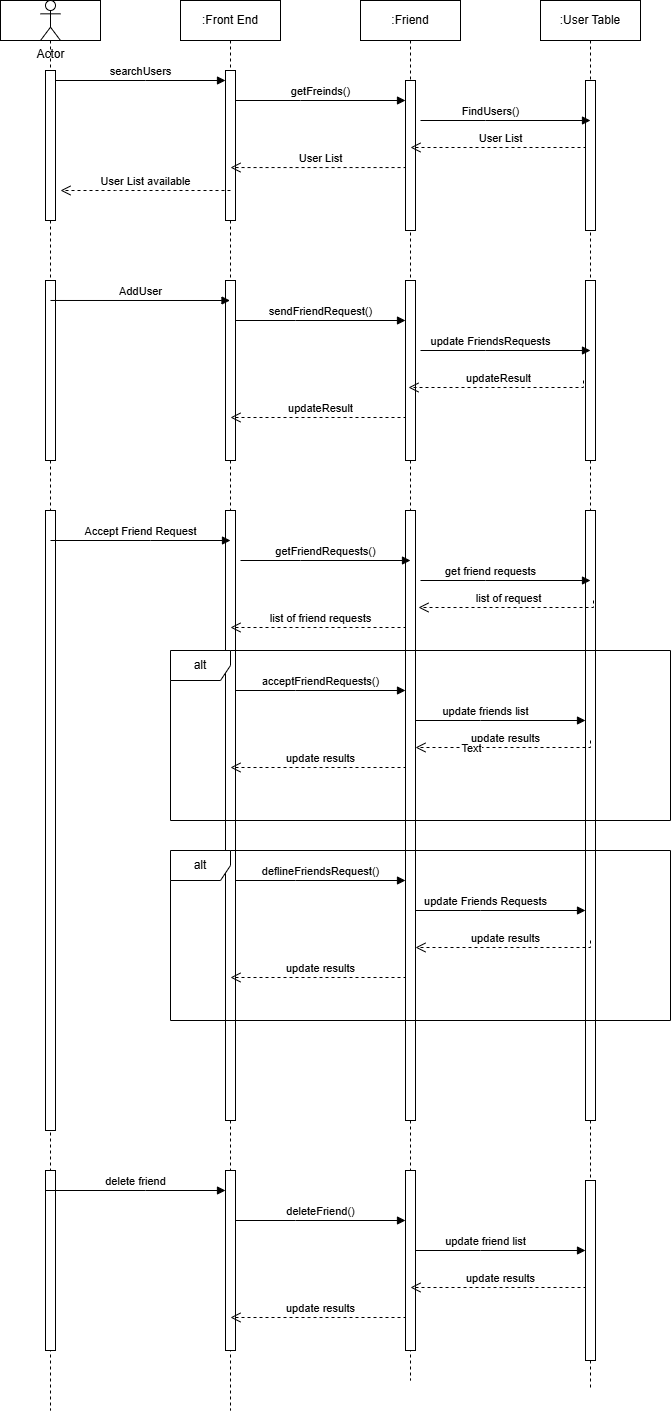
dorawyy/CPEN321_CMIYC keeps this draw.io diagram as documentation/images/M4/FR2.png. Above is the earlier version. Source tidied: cells renumbered, new cells last; positions are measured from the earlier drawing's top-left corner, leaving out a move shared by most shapes.
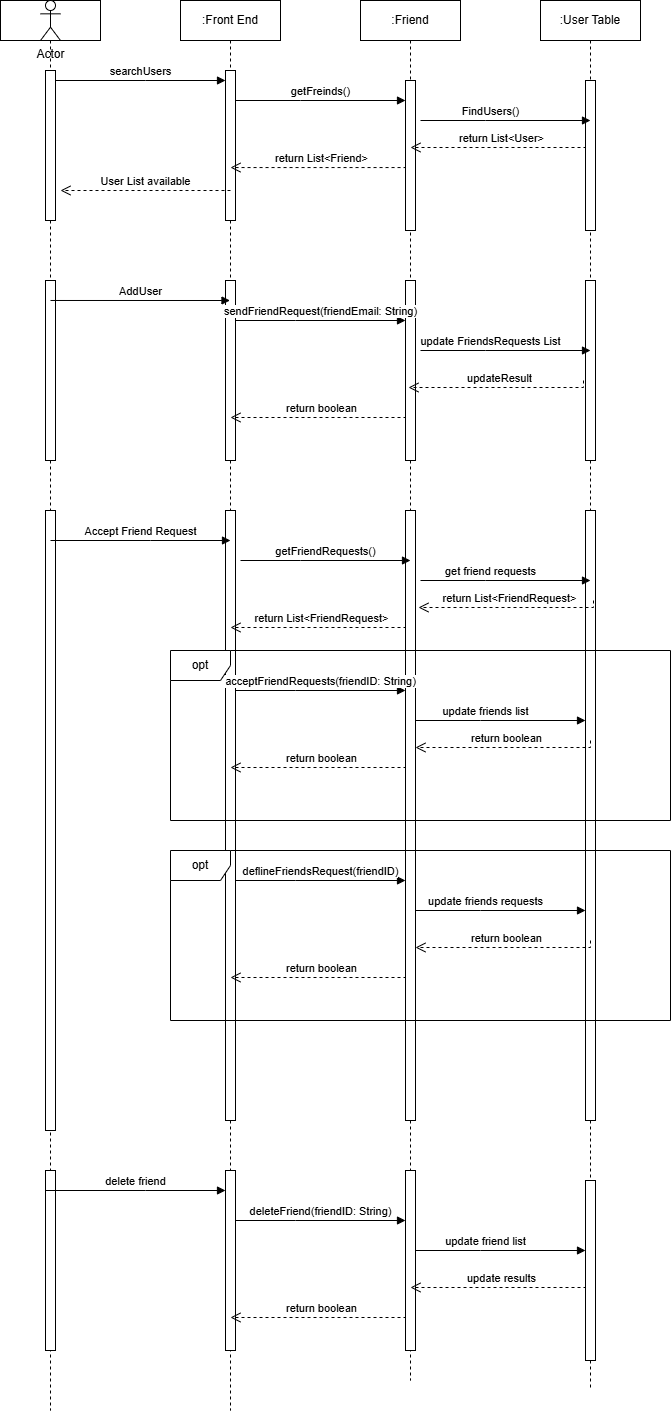
Later version of the same file.

Change to the diagram source:
```diff
@@ -36,7 +36,7 @@
         </Array>
       </mxGeometry>
     </mxCell>
-    <mxCell id="11" value="User List" style="html=1;verticalAlign=bottom;endArrow=open;dashed=1;endSize=8;edgeStyle=elbowEdgeStyle;elbow=vertical;curved=0;rounded=0;exitX=0.5;exitY=0.353;exitDx=0;exitDy=0;exitPerimeter=0;" parent="1" edge="1">
+    <mxCell id="11" value="return List&amp;lt;Friend&amp;gt;" style="html=1;verticalAlign=bottom;endArrow=open;dashed=1;endSize=8;edgeStyle=elbowEdgeStyle;elbow=vertical;curved=0;rounded=0;exitX=0.5;exitY=0.353;exitDx=0;exitDy=0;exitPerimeter=0;" parent="1" edge="1">
       <mxGeometry relative="1" as="geometry">
         <mxPoint x="405" y="160" as="sourcePoint" />
         <mxPoint x="230" y="167.1" as="targetPoint" />
@@ -85,7 +85,7 @@
         </Array>
       </mxGeometry>
     </mxCell>
-    <mxCell id="20" value="sendFriendRequest()" style="html=1;verticalAlign=bottom;endArrow=block;edgeStyle=elbowEdgeStyle;elbow=vertical;curved=0;rounded=0;" parent="1" edge="1">
+    <mxCell id="20" value="sendFriendRequest(friendEmail: String)" style="html=1;verticalAlign=bottom;endArrow=block;edgeStyle=elbowEdgeStyle;elbow=vertical;curved=0;rounded=0;" parent="1" edge="1">
       <mxGeometry relative="1" as="geometry">
         <mxPoint x="235" y="320" as="sourcePoint" />
         <mxPoint x="405" y="320" as="targetPoint" />
@@ -117,7 +117,7 @@
         </Array>
       </mxGeometry>
     </mxCell>
-    <mxCell id="26" value="User List" style="html=1;verticalAlign=bottom;endArrow=open;dashed=1;endSize=8;edgeStyle=elbowEdgeStyle;elbow=vertical;curved=0;rounded=0;exitX=0.5;exitY=0.353;exitDx=0;exitDy=0;exitPerimeter=0;" parent="1" edge="1">
+    <mxCell id="26" value="return List&amp;lt;User&amp;gt;" style="html=1;verticalAlign=bottom;endArrow=open;dashed=1;endSize=8;edgeStyle=elbowEdgeStyle;elbow=vertical;curved=0;rounded=0;exitX=0.5;exitY=0.353;exitDx=0;exitDy=0;exitPerimeter=0;" parent="1" edge="1">
       <mxGeometry relative="1" as="geometry">
         <mxPoint x="585" y="140" as="sourcePoint" />
         <mxPoint x="410" y="147" as="targetPoint" />
@@ -127,7 +127,7 @@
         </Array>
       </mxGeometry>
     </mxCell>
-    <mxCell id="27" value="update FriendsRequests" style="html=1;verticalAlign=bottom;endArrow=block;edgeStyle=elbowEdgeStyle;elbow=vertical;curved=0;rounded=0;" parent="1" edge="1">
+    <mxCell id="27" value="update FriendsRequests List" style="html=1;verticalAlign=bottom;endArrow=block;edgeStyle=elbowEdgeStyle;elbow=vertical;curved=0;rounded=0;" parent="1" edge="1">
       <mxGeometry x="-0.18" relative="1" as="geometry">
         <mxPoint x="420" y="350" as="sourcePoint" />
         <mxPoint x="590" y="350" as="targetPoint" />
@@ -147,7 +147,7 @@
         </Array>
       </mxGeometry>
     </mxCell>
-    <mxCell id="29" value="updateResult" style="html=1;verticalAlign=bottom;endArrow=open;dashed=1;endSize=8;edgeStyle=elbowEdgeStyle;elbow=vertical;curved=0;rounded=0;exitX=0.5;exitY=0.353;exitDx=0;exitDy=0;exitPerimeter=0;" parent="1" edge="1">
+    <mxCell id="29" value="return boolean" style="html=1;verticalAlign=bottom;endArrow=open;dashed=1;endSize=8;edgeStyle=elbowEdgeStyle;elbow=vertical;curved=0;rounded=0;exitX=0.5;exitY=0.353;exitDx=0;exitDy=0;exitPerimeter=0;" parent="1" edge="1">
       <mxGeometry relative="1" as="geometry">
         <mxPoint x="405" y="410" as="sourcePoint" />
         <mxPoint x="230" y="417" as="targetPoint" />
@@ -186,7 +186,7 @@
         </Array>
       </mxGeometry>
     </mxCell>
-    <mxCell id="33" value="list of request" style="html=1;verticalAlign=bottom;endArrow=open;dashed=1;endSize=8;edgeStyle=elbowEdgeStyle;elbow=vertical;curved=0;rounded=0;exitX=0.5;exitY=0.353;exitDx=0;exitDy=0;exitPerimeter=0;" parent="1" edge="1">
+    <mxCell id="33" value="return List&amp;lt;FriendRequest&amp;gt;" style="html=1;verticalAlign=bottom;endArrow=open;dashed=1;endSize=8;edgeStyle=elbowEdgeStyle;elbow=vertical;curved=0;rounded=0;exitX=0.5;exitY=0.353;exitDx=0;exitDy=0;exitPerimeter=0;" parent="1" edge="1">
       <mxGeometry relative="1" as="geometry">
         <mxPoint x="593" y="600" as="sourcePoint" />
         <mxPoint x="418" y="607" as="targetPoint" />
@@ -196,7 +196,7 @@
         </Array>
       </mxGeometry>
     </mxCell>
-    <mxCell id="34" value="list of friend requests" style="html=1;verticalAlign=bottom;endArrow=open;dashed=1;endSize=8;edgeStyle=elbowEdgeStyle;elbow=vertical;curved=0;rounded=0;exitX=0.5;exitY=0.353;exitDx=0;exitDy=0;exitPerimeter=0;" parent="1" edge="1">
+    <mxCell id="34" value="return List&amp;lt;FriendRequest&amp;gt;" style="html=1;verticalAlign=bottom;endArrow=open;dashed=1;endSize=8;edgeStyle=elbowEdgeStyle;elbow=vertical;curved=0;rounded=0;exitX=0.5;exitY=0.353;exitDx=0;exitDy=0;exitPerimeter=0;" parent="1" edge="1">
       <mxGeometry relative="1" as="geometry">
         <mxPoint x="405" y="620" as="sourcePoint" />
         <mxPoint x="230" y="627" as="targetPoint" />
@@ -206,7 +206,7 @@
         </Array>
       </mxGeometry>
     </mxCell>
-    <mxCell id="35" value="acceptFriendRequests()" style="html=1;verticalAlign=bottom;endArrow=block;edgeStyle=elbowEdgeStyle;elbow=vertical;curved=0;rounded=0;" parent="1" edge="1">
+    <mxCell id="35" value="acceptFriendRequests(friendID: String)" style="html=1;verticalAlign=bottom;endArrow=block;edgeStyle=elbowEdgeStyle;elbow=vertical;curved=0;rounded=0;" parent="1" edge="1">
       <mxGeometry relative="1" as="geometry">
         <mxPoint x="235" y="690" as="sourcePoint" />
         <mxPoint x="405" y="690" as="targetPoint" />
@@ -238,7 +238,7 @@
         </Array>
       </mxGeometry>
     </mxCell>
-    <mxCell id="41" value="update results" style="html=1;verticalAlign=bottom;endArrow=open;dashed=1;endSize=8;edgeStyle=elbowEdgeStyle;elbow=vertical;curved=0;rounded=0;exitX=0.5;exitY=0.353;exitDx=0;exitDy=0;exitPerimeter=0;" parent="1" edge="1">
+    <mxCell id="41" value="return boolean" style="html=1;verticalAlign=bottom;endArrow=open;dashed=1;endSize=8;edgeStyle=elbowEdgeStyle;elbow=vertical;curved=0;rounded=0;exitX=0.5;exitY=0.353;exitDx=0;exitDy=0;exitPerimeter=0;" parent="1" edge="1">
       <mxGeometry relative="1" as="geometry">
         <mxPoint x="590" y="740" as="sourcePoint" />
         <mxPoint x="415" y="747" as="targetPoint" />
@@ -248,10 +248,7 @@
         </Array>
       </mxGeometry>
     </mxCell>
-    <mxCell id="42" value="Text" style="edgeLabel;html=1;align=center;verticalAlign=middle;" parent="41" vertex="1">
-      <mxGeometry x="0.38" relative="1" as="geometry" />
-    </mxCell>
-    <mxCell id="43" value="update results" style="html=1;verticalAlign=bottom;endArrow=open;dashed=1;endSize=8;edgeStyle=elbowEdgeStyle;elbow=vertical;curved=0;rounded=0;exitX=0.5;exitY=0.353;exitDx=0;exitDy=0;exitPerimeter=0;" parent="1" edge="1">
+    <mxCell id="43" value="return boolean" style="html=1;verticalAlign=bottom;endArrow=open;dashed=1;endSize=8;edgeStyle=elbowEdgeStyle;elbow=vertical;curved=0;rounded=0;exitX=0.5;exitY=0.353;exitDx=0;exitDy=0;exitPerimeter=0;" parent="1" edge="1">
       <mxGeometry relative="1" as="geometry">
         <mxPoint x="405" y="760" as="sourcePoint" />
         <mxPoint x="230" y="767" as="targetPoint" />
@@ -261,7 +258,7 @@
         </Array>
       </mxGeometry>
     </mxCell>
-    <mxCell id="44" value="deflineFriendsRequest()" style="html=1;verticalAlign=bottom;endArrow=block;edgeStyle=elbowEdgeStyle;elbow=vertical;curved=0;rounded=0;" parent="1" edge="1">
+    <mxCell id="44" value="deflineFriendsRequest(friendID)" style="html=1;verticalAlign=bottom;endArrow=block;edgeStyle=elbowEdgeStyle;elbow=vertical;curved=0;rounded=0;" parent="1" edge="1">
       <mxGeometry relative="1" as="geometry">
         <mxPoint x="235" y="880" as="sourcePoint" />
         <mxPoint x="405" y="880" as="targetPoint" />
@@ -271,7 +268,7 @@
         </Array>
       </mxGeometry>
     </mxCell>
-    <mxCell id="45" value="update Friends Requests" style="html=1;verticalAlign=bottom;endArrow=block;edgeStyle=elbowEdgeStyle;elbow=vertical;curved=0;rounded=0;" parent="1" edge="1">
+    <mxCell id="45" value="update friends requests" style="html=1;verticalAlign=bottom;endArrow=block;edgeStyle=elbowEdgeStyle;elbow=vertical;curved=0;rounded=0;" parent="1" edge="1">
       <mxGeometry x="-0.18" relative="1" as="geometry">
         <mxPoint x="415" y="910" as="sourcePoint" />
         <mxPoint x="585" y="910" as="targetPoint" />
@@ -281,10 +278,10 @@
         </Array>
       </mxGeometry>
     </mxCell>
-    <mxCell id="46" value="alt" style="shape=umlFrame;whiteSpace=wrap;html=1;" parent="1" vertex="1">
+    <mxCell id="46" value="opt" style="shape=umlFrame;whiteSpace=wrap;html=1;" parent="1" vertex="1">
       <mxGeometry x="170" y="650" width="500" height="170" as="geometry" />
     </mxCell>
-    <mxCell id="47" value="update results" style="html=1;verticalAlign=bottom;endArrow=open;dashed=1;endSize=8;edgeStyle=elbowEdgeStyle;elbow=vertical;curved=0;rounded=0;exitX=0.5;exitY=0.353;exitDx=0;exitDy=0;exitPerimeter=0;" parent="1" edge="1">
+    <mxCell id="47" value="return boolean" style="html=1;verticalAlign=bottom;endArrow=open;dashed=1;endSize=8;edgeStyle=elbowEdgeStyle;elbow=vertical;curved=0;rounded=0;exitX=0.5;exitY=0.353;exitDx=0;exitDy=0;exitPerimeter=0;" parent="1" edge="1">
       <mxGeometry relative="1" as="geometry">
         <mxPoint x="590" y="940" as="sourcePoint" />
         <mxPoint x="415" y="947" as="targetPoint" />
@@ -294,7 +291,7 @@
         </Array>
       </mxGeometry>
     </mxCell>
-    <mxCell id="48" value="update results" style="html=1;verticalAlign=bottom;endArrow=open;dashed=1;endSize=8;edgeStyle=elbowEdgeStyle;elbow=vertical;curved=0;rounded=0;exitX=0.5;exitY=0.353;exitDx=0;exitDy=0;exitPerimeter=0;" parent="1" edge="1">
+    <mxCell id="48" value="return boolean" style="html=1;verticalAlign=bottom;endArrow=open;dashed=1;endSize=8;edgeStyle=elbowEdgeStyle;elbow=vertical;curved=0;rounded=0;exitX=0.5;exitY=0.353;exitDx=0;exitDy=0;exitPerimeter=0;" parent="1" edge="1">
       <mxGeometry relative="1" as="geometry">
         <mxPoint x="405" y="970" as="sourcePoint" />
         <mxPoint x="230" y="977" as="targetPoint" />
@@ -304,7 +301,7 @@
         </Array>
       </mxGeometry>
     </mxCell>
-    <mxCell id="49" value="alt" style="shape=umlFrame;whiteSpace=wrap;html=1;" parent="1" vertex="1">
+    <mxCell id="49" value="opt" style="shape=umlFrame;whiteSpace=wrap;html=1;" parent="1" vertex="1">
       <mxGeometry x="170" y="850" width="500" height="170" as="geometry" />
     </mxCell>
     <mxCell id="50" value="delete friend" style="html=1;verticalAlign=bottom;endArrow=block;edgeStyle=elbowEdgeStyle;elbow=vertical;curved=0;rounded=0;exitX=0.5;exitY=0.111;exitDx=0;exitDy=0;exitPerimeter=0;" parent="1" edge="1">
@@ -316,7 +313,7 @@
         </Array>
       </mxGeometry>
     </mxCell>
-    <mxCell id="51" value="deleteFriend()" style="html=1;verticalAlign=bottom;endArrow=block;edgeStyle=elbowEdgeStyle;elbow=vertical;curved=0;rounded=0;" parent="1" edge="1">
+    <mxCell id="51" value="deleteFriend(friendID: String)" style="html=1;verticalAlign=bottom;endArrow=block;edgeStyle=elbowEdgeStyle;elbow=vertical;curved=0;rounded=0;" parent="1" edge="1">
       <mxGeometry relative="1" as="geometry">
         <mxPoint x="235" y="1220" as="sourcePoint" />
         <mxPoint x="405" y="1220" as="targetPoint" />
@@ -346,7 +343,7 @@
         </Array>
       </mxGeometry>
     </mxCell>
-    <mxCell id="54" value="update results" style="html=1;verticalAlign=bottom;endArrow=open;dashed=1;endSize=8;edgeStyle=elbowEdgeStyle;elbow=vertical;curved=0;rounded=0;exitX=0.5;exitY=0.353;exitDx=0;exitDy=0;exitPerimeter=0;" parent="1" edge="1">
+    <mxCell id="54" value="return boolean" style="html=1;verticalAlign=bottom;endArrow=open;dashed=1;endSize=8;edgeStyle=elbowEdgeStyle;elbow=vertical;curved=0;rounded=0;exitX=0.5;exitY=0.353;exitDx=0;exitDy=0;exitPerimeter=0;" parent="1" edge="1">
       <mxGeometry relative="1" as="geometry">
         <mxPoint x="405" y="1310" as="sourcePoint" />
         <mxPoint x="230" y="1317" as="targetPoint" />
```
